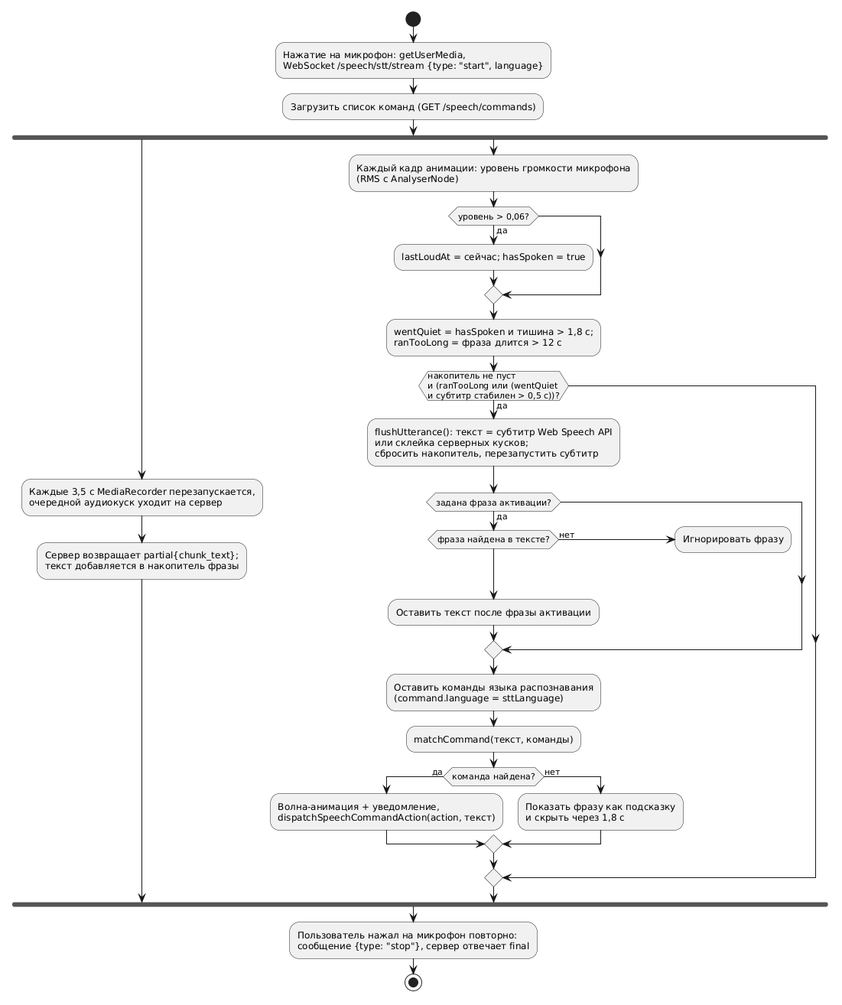
Before: reports/lr9/lab/diagrams/generated/utterance-segmentation.png, a diagram exported from PlantUML (slavikovics/LanguageProcessing). Its diagram source:
```plantuml
@startuml utterance-segmentation


start
:Нажатие на микрофон: getUserMedia,\nWebSocket /speech/stt/stream {type: "start", language};
:Загрузить список команд (GET /speech/commands);
fork
  :Каждые 3,5 с MediaRecorder перезапускается,\nочередной аудиокуск уходит на сервер;
  :Сервер возвращает partial{chunk_text};\nтекст добавляется в накопитель фразы;
fork again
  :Каждый кадр анимации: уровень громкости микрофона\n(RMS с AnalyserNode);
  if (уровень > 0,06?) then (да)
    :lastLoudAt = сейчас; hasSpoken = true;
  endif
  :wentQuiet = hasSpoken и тишина > 1,8 с;\nranTooLong = фраза длится > 12 с;
  if (накопитель не пуст\nи (ranTooLong или (wentQuiet\nи субтитр стабилен > 0,5 с))?) then (да)
    :flushUtterance(): текст = субтитр Web Speech API\nили склейка серверных кусков;\nсбросить накопитель, перезапустить субтитр;
    if (задана фраза активации?) then (да)
      if (фраза найдена в тексте?) then (нет)
        :Игнорировать фразу;
        detach
      endif
      :Оставить текст после фразы активации;
    endif
    :Оставить команды языка распознавания\n(command.language = sttLanguage);
    :matchCommand(текст, команды);
    if (команда найдена?) then (да)
      :Волна-анимация + уведомление,\ndispatchSpeechCommandAction(action, текст);
    else (нет)
      :Показать фразу как подсказку\nи скрыть через 1,8 с;
    endif
  endif
end fork
:Пользователь нажал на микрофон повторно:\nсообщение {type: "stop"}, сервер отвечает final;
stop

@enduml
```
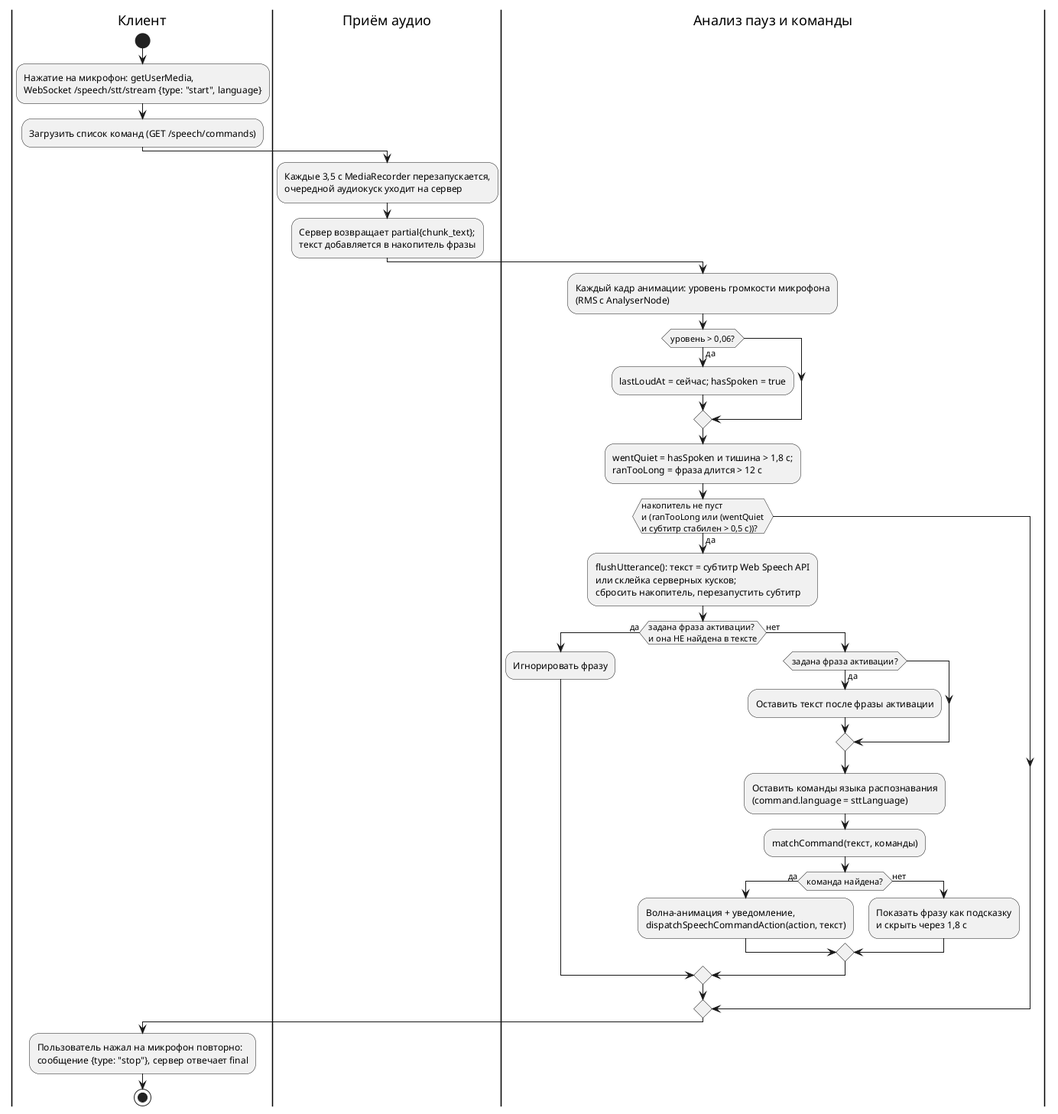
Above is the later version.

Commit message:
Replace fork/join bars with swimlanes in Figure 3 (LR9)

Change to the diagram source:
```diff
@@ -1,25 +1,27 @@
 @startuml utterance-segmentation
 
 
+|Клиент|
 start
 :Нажатие на микрофон: getUserMedia,\nWebSocket /speech/stt/stream {type: "start", language};
 :Загрузить список команд (GET /speech/commands);
-fork
-  :Каждые 3,5 с MediaRecorder перезапускается,\nочередной аудиокуск уходит на сервер;
-  :Сервер возвращает partial{chunk_text};\nтекст добавляется в накопитель фразы;
-fork again
-  :Каждый кадр анимации: уровень громкости микрофона\n(RMS с AnalyserNode);
-  if (уровень > 0,06?) then (да)
-    :lastLoudAt = сейчас; hasSpoken = true;
-  endif
-  :wentQuiet = hasSpoken и тишина > 1,8 с;\nranTooLong = фраза длится > 12 с;
-  if (накопитель не пуст\nи (ranTooLong или (wentQuiet\nи субтитр стабилен > 0,5 с))?) then (да)
-    :flushUtterance(): текст = субтитр Web Speech API\nили склейка серверных кусков;\nсбросить накопитель, перезапустить субтитр;
+
+|Приём аудио|
+:Каждые 3,5 с MediaRecorder перезапускается,\nочередной аудиокуск уходит на сервер;
+:Сервер возвращает partial{chunk_text};\nтекст добавляется в накопитель фразы;
+
+|Анализ пауз и команды|
+:Каждый кадр анимации: уровень громкости микрофона\n(RMS с AnalyserNode);
+if (уровень > 0,06?) then (да)
+  :lastLoudAt = сейчас; hasSpoken = true;
+endif
+:wentQuiet = hasSpoken и тишина > 1,8 с;\nranTooLong = фраза длится > 12 с;
+if (накопитель не пуст\nи (ranTooLong или (wentQuiet\nи субтитр стабилен > 0,5 с))?) then (да)
+  :flushUtterance(): текст = субтитр Web Speech API\nили склейка серверных кусков;\nсбросить накопитель, перезапустить субтитр;
+  if (задана фраза активации?\nи она НЕ найдена в тексте) then (да)
+    :Игнорировать фразу;
+  else (нет)
     if (задана фраза активации?) then (да)
-      if (фраза найдена в тексте?) then (нет)
-        :Игнорировать фразу;
-        detach
-      endif
       :Оставить текст после фразы активации;
     endif
     :Оставить команды языка распознавания\n(command.language = sttLanguage);
@@ -30,7 +32,9 @@
       :Показать фразу как подсказку\nи скрыть через 1,8 с;
     endif
   endif
-end fork
+endif
+
+|Клиент|
 :Пользователь нажал на микрофон повторно:\nсообщение {type: "stop"}, сервер отвечает final;
 stop
 
```
